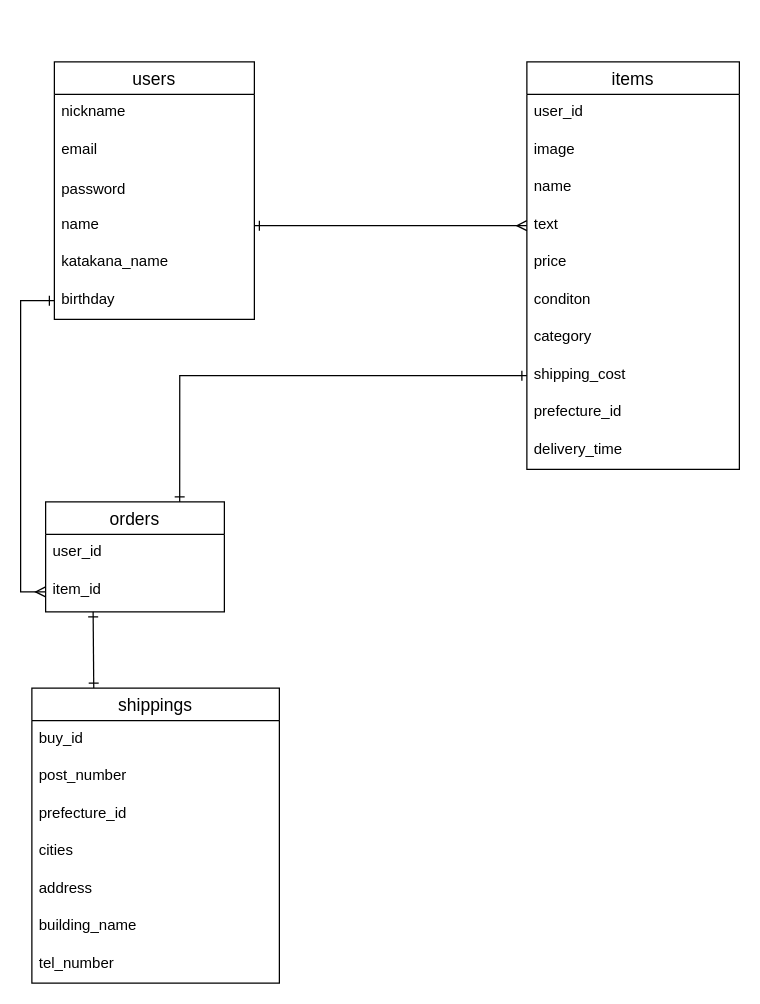
The draw.io diagram furima.dio in motoki6318/furima-34511, before the edit. Source tidied: cells renumbered, new cells numbered last; positions are measured from the earlier drawing's top-left corner, leaving out a move shared by most shapes. Both pictures are drawn from the tidied source at 125%, with x=0, y=0 at pixel (31, 61).
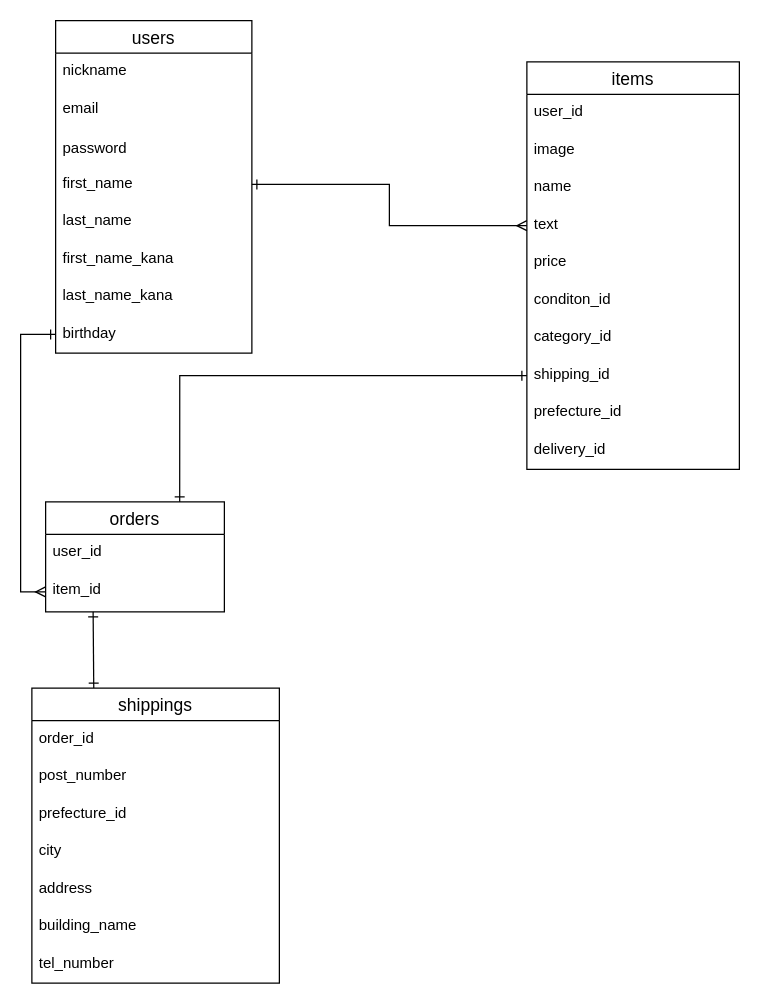
After the change.

The change refers to these unchanged cells:
```xml
<mxCell id="9" value="items" style="swimlane;fontStyle=0;horizontal=1;startSize=26;align=center;fontSize=14;" parent="1" vertex="1">
  <mxGeometry x="396" width="170" height="326" as="geometry" />
</mxCell>
<mxCell id="27" value="shippings" style="swimlane;fontStyle=0;horizontal=1;startSize=26;align=center;fontSize=14;" parent="1" vertex="1">
  <mxGeometry y="501" width="198" height="236" as="geometry" />
</mxCell>
```

The edit, as a diff of the source:
```diff
@@
     <mxCell id="2" value="users" style="swimlane;fontStyle=0;horizontal=1;startSize=26;align=center;fontSize=14;" parent="1" vertex="1">
-      <mxGeometry x="18" width="160" height="206" as="geometry" />
+      <mxGeometry x="19" y="-33" width="157" height="266" as="geometry" />
     </mxCell>
     <mxCell id="3" value="nickname" style="text;strokeColor=none;fillColor=none;spacingLeft=4;spacingRight=4;overflow=hidden;fontSize=12;" parent="2" vertex="1">
-      <mxGeometry y="26" width="160" height="30" as="geometry" />
+      <mxGeometry y="26" width="157" height="30" as="geometry" />
     </mxCell>
     <mxCell id="4" value="email" style="text;strokeColor=none;fillColor=none;spacingLeft=4;spacingRight=4;overflow=hidden;fontSize=12;" parent="2" vertex="1">
-      <mxGeometry y="56" width="160" height="30" as="geometry" />
+      <mxGeometry y="56" width="157" height="30" as="geometry" />
     </mxCell>
     <mxCell id="5" value="password" style="text;strokeColor=none;fillColor=none;spacingLeft=4;spacingRight=4;overflow=hidden;fontSize=12;verticalAlign=middle;" parent="2" vertex="1">
-      <mxGeometry y="86" width="160" height="30" as="geometry" />
+      <mxGeometry y="86" width="157" height="30" as="geometry" />
     </mxCell>
-    <mxCell id="6" value="name" style="text;strokeColor=none;fillColor=none;spacingLeft=4;spacingRight=4;overflow=hidden;points=[[0,0.5],[1,0.5]];portConstraint=eastwest;fontSize=12;" parent="2" vertex="1">
-      <mxGeometry y="116" width="160" height="30" as="geometry" />
+    <mxCell id="6" value="first_name" style="text;strokeColor=none;fillColor=none;spacingLeft=4;spacingRight=4;overflow=hidden;points=[[0,0.5],[1,0.5]];portConstraint=eastwest;fontSize=12;" parent="2" vertex="1">
+      <mxGeometry y="116" width="157" height="30" as="geometry" />
     </mxCell>
-    <mxCell id="7" value="katakana_name" style="text;strokeColor=none;fillColor=none;spacingLeft=4;spacingRight=4;overflow=hidden;fontSize=12;" parent="2" vertex="1">
-      <mxGeometry y="146" width="160" height="30" as="geometry" />
-    </mxCell>
+    <mxCell id="35" value="last_name" style="text;strokeColor=none;fillColor=none;spacingLeft=4;spacingRight=4;overflow=hidden;fontSize=12;" parent="2" vertex="1">
+      <mxGeometry y="146" width="157" height="30" as="geometry" />
+    </mxCell>
+    <mxCell id="36" value="first_name_kana" style="text;strokeColor=none;fillColor=none;spacingLeft=4;spacingRight=4;overflow=hidden;fontSize=12;" parent="2" vertex="1">
+      <mxGeometry y="176" width="157" height="30" as="geometry" />
+    </mxCell>
+    <mxCell id="37" value="last_name_kana" style="text;strokeColor=none;fillColor=none;spacingLeft=4;spacingRight=4;overflow=hidden;fontSize=12;" parent="2" vertex="1">
+      <mxGeometry y="206" width="157" height="30" as="geometry" />
+    </mxCell>
     <mxCell id="8" value="birthday" style="text;strokeColor=none;fillColor=none;spacingLeft=4;spacingRight=4;overflow=hidden;points=[[0,0.5],[1,0.5]];portConstraint=eastwest;fontSize=12;" parent="2" vertex="1">
-      <mxGeometry y="176" width="160" height="30" as="geometry" />
+      <mxGeometry y="236" width="157" height="30" as="geometry" />
     </mxCell>
@@
-    <mxCell id="15" value="conditon" style="text;strokeColor=none;fillColor=none;spacingLeft=4;spacingRight=4;overflow=hidden;fontSize=12;" parent="9" vertex="1">
+    <mxCell id="15" value="conditon_id" style="text;strokeColor=none;fillColor=none;spacingLeft=4;spacingRight=4;overflow=hidden;fontSize=12;" parent="9" vertex="1">
       <mxGeometry y="176" width="170" height="30" as="geometry" />
     </mxCell>
-    <mxCell id="16" value="category" style="text;strokeColor=none;fillColor=none;spacingLeft=4;spacingRight=4;overflow=hidden;fontSize=12;" parent="9" vertex="1">
+    <mxCell id="16" value="category_id" style="text;strokeColor=none;fillColor=none;spacingLeft=4;spacingRight=4;overflow=hidden;fontSize=12;" parent="9" vertex="1">
       <mxGeometry y="206" width="170" height="30" as="geometry" />
     </mxCell>
-    <mxCell id="17" value="shipping_cost" style="text;strokeColor=none;fillColor=none;spacingLeft=4;spacingRight=4;overflow=hidden;points=[[0,0.5],[1,0.5]];portConstraint=eastwest;fontSize=12;" parent="9" vertex="1">
+    <mxCell id="17" value="shipping_id" style="text;strokeColor=none;fillColor=none;spacingLeft=4;spacingRight=4;overflow=hidden;points=[[0,0.5],[1,0.5]];portConstraint=eastwest;fontSize=12;" parent="9" vertex="1">
       <mxGeometry y="236" width="170" height="30" as="geometry" />
     </mxCell>
@@
-    <mxCell id="19" value="delivery_time" style="text;strokeColor=none;fillColor=none;spacingLeft=4;spacingRight=4;overflow=hidden;fontSize=12;" parent="9" vertex="1">
+    <mxCell id="19" value="delivery_id" style="text;strokeColor=none;fillColor=none;spacingLeft=4;spacingRight=4;overflow=hidden;fontSize=12;" parent="9" vertex="1">
       <mxGeometry y="296" width="170" height="30" as="geometry" />
     </mxCell>
@@
-    <mxCell id="28" value="buy_id" style="text;strokeColor=none;fillColor=none;spacingLeft=4;spacingRight=4;overflow=hidden;fontSize=12;" parent="27" vertex="1">
+    <mxCell id="28" value="order_id" style="text;strokeColor=none;fillColor=none;spacingLeft=4;spacingRight=4;overflow=hidden;fontSize=12;" parent="27" vertex="1">
       <mxGeometry y="26" width="198" height="30" as="geometry" />
     </mxCell>
@@
-    <mxCell id="31" value="cities" style="text;strokeColor=none;fillColor=none;spacingLeft=4;spacingRight=4;overflow=hidden;fontSize=12;" parent="27" vertex="1">
+    <mxCell id="31" value="city" style="text;strokeColor=none;fillColor=none;spacingLeft=4;spacingRight=4;overflow=hidden;fontSize=12;" parent="27" vertex="1">
       <mxGeometry y="116" width="198" height="30" as="geometry" />
     </mxCell>
```
